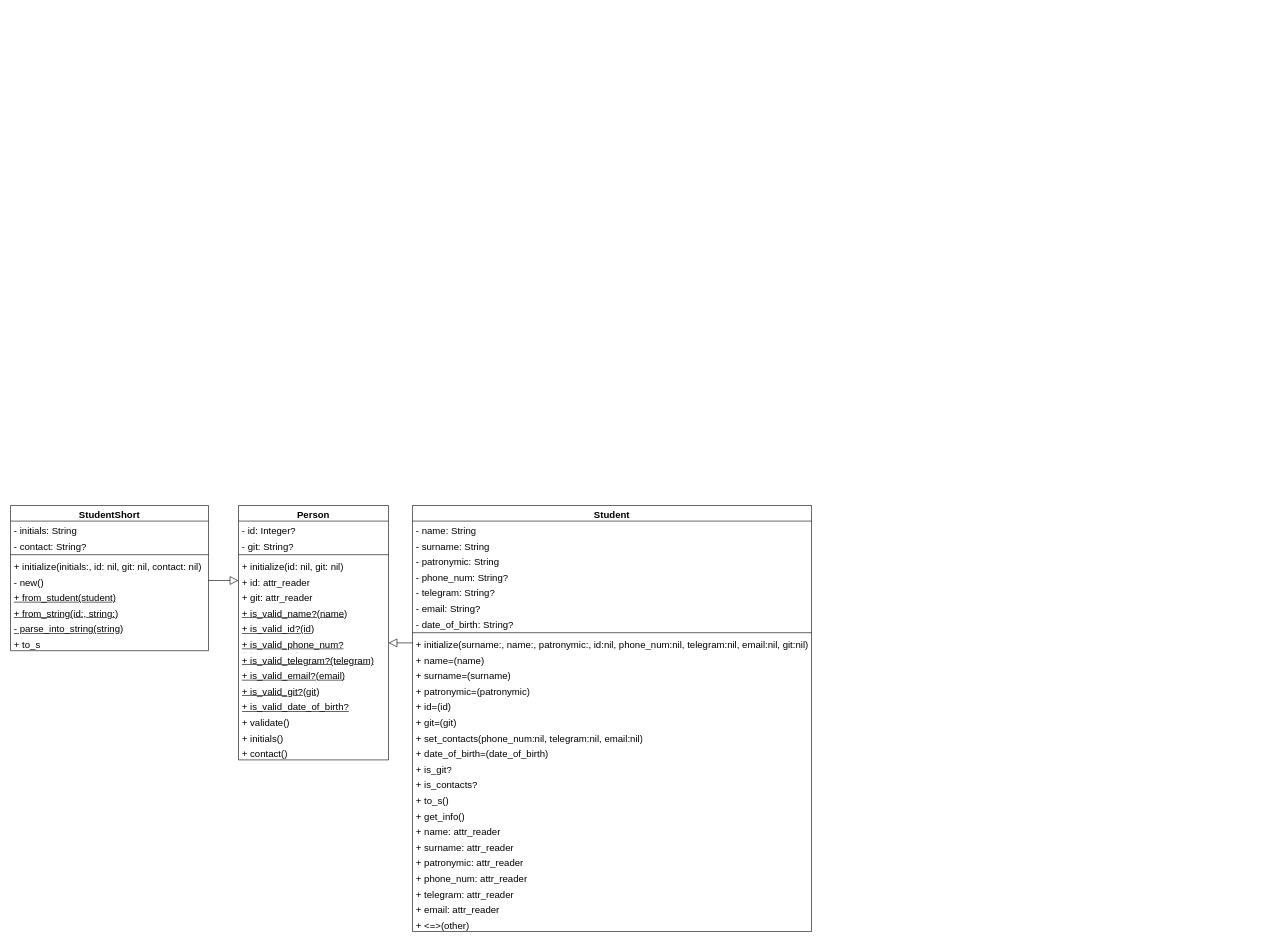
Before: Class Student/Диаграмма классов.drawio in eatdetey/designPatterns, a draw.io diagram. Source tidied: cells renumbered, new cells numbered last; positions are measured from the earlier drawing's top-left corner, leaving out a move shared by most shapes. Both pictures are drawn from the tidied source at 60%, with x=0, y=0 at pixel (10, 505).
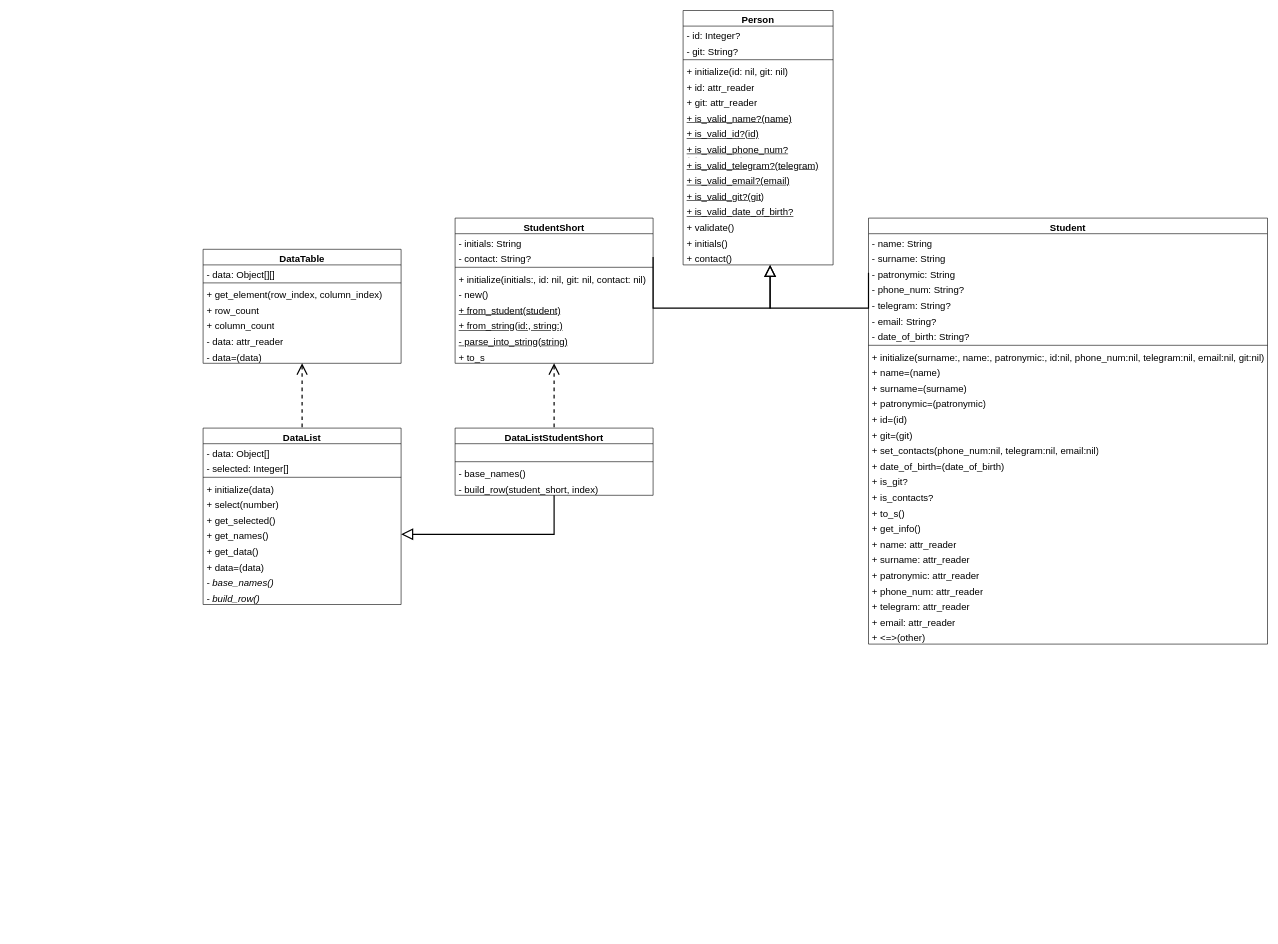
After the change.

Commit message:
L4 T1.10 Diagram drawio format added

Unchanged cells that the change refers to:
```xml
<mxCell id="7" value="+ id: attr_reader" style="text;strokeColor=none;fillColor=none;align=left;verticalAlign=top;spacingLeft=4;spacingRight=4;overflow=hidden;points=[[0,0.5],[1,0.5]];portConstraint=eastwest;whiteSpace=wrap;html=1;fontSize=16;" parent="2" vertex="1">
  <mxGeometry y="112" width="250" height="26" as="geometry" />
</mxCell>
<mxCell id="11" value="&lt;u&gt;+ is_valid_phone_num?(phone_num)&lt;/u&gt;" style="text;strokeColor=none;fillColor=none;align=left;verticalAlign=top;spacingLeft=4;spacingRight=4;overflow=hidden;points=[[0,0.5],[1,0.5]];portConstraint=eastwest;whiteSpace=wrap;html=1;fontSize=16;" parent="2" vertex="1">
  <mxGeometry y="216" width="250" height="26" as="geometry" />
</mxCell>
<mxCell id="21" value="- contact: String?" style="text;strokeColor=none;fillColor=none;align=left;verticalAlign=top;spacingLeft=4;spacingRight=4;overflow=hidden;points=[[0,0.5],[1,0.5]];portConstraint=eastwest;whiteSpace=wrap;html=1;fontSize=16;" parent="19" vertex="1">
  <mxGeometry y="52" width="330" height="26" as="geometry" />
</mxCell>
<mxCell id="24" value="- new()" style="text;strokeColor=none;fillColor=none;align=left;verticalAlign=top;spacingLeft=4;spacingRight=4;overflow=hidden;points=[[0,0.5],[1,0.5]];portConstraint=eastwest;whiteSpace=wrap;html=1;fontSize=16;" parent="19" vertex="1">
  <mxGeometry y="112" width="330" height="26" as="geometry" />
</mxCell>
<mxCell id="33" value="- patronymic: String" style="text;strokeColor=none;fillColor=none;align=left;verticalAlign=top;spacingLeft=4;spacingRight=4;overflow=hidden;points=[[0,0.5],[1,0.5]];portConstraint=eastwest;whiteSpace=wrap;html=1;fontSize=16;" parent="30" vertex="1">
  <mxGeometry y="78" width="665" height="26" as="geometry" />
</mxCell>
<mxCell id="39" value="+ initialize(surname:, name:, patronymic:, id:nil, phone_num:nil, telegram:nil, email:nil, git:nil)" style="text;strokeColor=none;fillColor=none;align=left;verticalAlign=top;spacingLeft=4;spacingRight=4;overflow=hidden;points=[[0,0.5],[1,0.5]];portConstraint=eastwest;whiteSpace=wrap;html=1;fontSize=16;" parent="30" vertex="1">
  <mxGeometry y="216" width="665" height="26" as="geometry" />
</mxCell>
```

What changed in the source:
```diff
@@
+    <mxCell id="59" style="edgeStyle=orthogonalEdgeStyle;rounded=0;jettySize=auto;html=1;entryX=1;entryY=0.5;entryDx=0;entryDy=0;endArrow=none;endFill=0;startArrow=block;startFill=0;strokeWidth=2;endSize=6;startSize=15;" parent="1" edge="1" source="2" target="21">
+      <mxGeometry relative="1" as="geometry">
+        <Array as="points">
+          <mxPoint x="1266" y="-329" />
+          <mxPoint x="1071" y="-329" />
+        </Array>
+      </mxGeometry>
+    </mxCell>
+    <mxCell id="60" style="edgeStyle=orthogonalEdgeStyle;rounded=0;jettySize=auto;html=1;entryX=0;entryY=0.5;entryDx=0;entryDy=0;startArrow=block;startFill=0;endArrow=none;endFill=0;strokeWidth=2;startSize=15;" parent="1" edge="1" source="2" target="33">
+      <mxGeometry relative="1" as="geometry">
+        <Array as="points">
+          <mxPoint x="1266" y="-329" />
+          <mxPoint x="1430" y="-329" />
+        </Array>
+      </mxGeometry>
+    </mxCell>
     <mxCell id="2" value="Person" style="swimlane;fontStyle=1;align=center;verticalAlign=top;horizontal=1;startSize=26;whiteSpace=wrap;html=1;fontSize=16;" parent="1" vertex="1">
-      <mxGeometry x="380" width="250" height="424" as="geometry" />
+      <mxGeometry x="1121" y="-825" width="250" height="424" as="geometry" />
     </mxCell>
@@
+    <mxCell id="61" style="edgeStyle=orthogonalEdgeStyle;rounded=0;jettySize=auto;html=1;entryX=0.5;entryY=0;entryDx=0;entryDy=0;startArrow=open;startFill=0;endArrow=none;endFill=0;startSize=15;dashed=1;strokeWidth=2;" parent="1" edge="1" source="19" target="63">
+      <mxGeometry relative="1" as="geometry" />
+    </mxCell>
     <mxCell id="19" value="StudentShort" style="swimlane;fontStyle=1;align=center;verticalAlign=top;horizontal=1;startSize=26;whiteSpace=wrap;html=1;fontSize=16;" parent="1" vertex="1">
-      <mxGeometry width="330" height="242" as="geometry" />
+      <mxGeometry x="741" y="-479" width="330" height="242" as="geometry" />
     </mxCell>
@@
-    <mxCell id="29" style="endArrow=block;html=1;rounded=0;exitX=1;exitY=0.5;exitDx=0;exitDy=0;entryX=0;entryY=0.5;entryDx=0;entryDy=0;endFill=0;endSize=12;" parent="1" edge="1" source="24" target="7">
-      <mxGeometry relative="1" as="geometry" />
-    </mxCell>
     <mxCell id="30" value="Student" style="swimlane;fontStyle=1;align=center;verticalAlign=top;horizontal=1;startSize=26;whiteSpace=wrap;html=1;fontSize=16;" parent="1" vertex="1">
-      <mxGeometry x="670" width="665" height="710" as="geometry" />
+      <mxGeometry x="1430" y="-479" width="665" height="710" as="geometry" />
     </mxCell>
@@
-    <mxCell id="58" style="endArrow=block;html=1;rounded=0;exitX=0;exitY=0.5;exitDx=0;exitDy=0;entryX=1;entryY=0.5;entryDx=0;entryDy=0;endFill=0;endSize=12;" parent="1" edge="1" source="39" target="11">
-      <mxGeometry relative="1" as="geometry" />
-    </mxCell>
+    <mxCell id="62" style="edgeStyle=orthogonalEdgeStyle;rounded=0;jettySize=auto;html=1;entryX=1;entryY=0.5;entryDx=0;entryDy=0;endArrow=block;endFill=0;endSize=15;strokeWidth=2;" parent="1" edge="1" source="63" target="75">
+      <mxGeometry relative="1" as="geometry" />
+    </mxCell>
+    <mxCell id="63" value="DataListStudentShort" style="swimlane;fontStyle=1;align=center;verticalAlign=top;horizontal=1;startSize=26;whiteSpace=wrap;html=1;fontSize=16;" parent="1" vertex="1">
+      <mxGeometry x="741" y="-129" width="330" height="112" as="geometry" />
+    </mxCell>
+    <mxCell id="64" value="&lt;div&gt;&lt;br&gt;&lt;/div&gt;&lt;div&gt;&lt;br&gt;&lt;/div&gt;" style="text;strokeColor=none;fillColor=none;align=left;verticalAlign=top;spacingLeft=4;spacingRight=4;overflow=hidden;whiteSpace=wrap;html=1;fontSize=16;" parent="63" vertex="1">
+      <mxGeometry y="26" width="330" height="26" as="geometry" />
+    </mxCell>
+    <mxCell id="65" style="line;strokeWidth=1;fillColor=none;align=left;verticalAlign=middle;spacingTop=-1;spacingLeft=3;spacingRight=3;labelPosition=right;strokeColor=inherit;" parent="63" vertex="1">
+      <mxGeometry y="52" width="330" height="8" as="geometry" />
+    </mxCell>
+    <mxCell id="66" value="- base_names()" style="text;strokeColor=none;fillColor=none;align=left;verticalAlign=top;spacingLeft=4;spacingRight=4;overflow=hidden;whiteSpace=wrap;html=1;fontSize=16;" parent="63" vertex="1">
+      <mxGeometry y="60" width="330" height="26" as="geometry" />
+    </mxCell>
+    <mxCell id="67" value="- build_row(student_short, index)" style="text;strokeColor=none;fillColor=none;align=left;verticalAlign=top;spacingLeft=4;spacingRight=4;overflow=hidden;whiteSpace=wrap;html=1;fontSize=16;" parent="63" vertex="1">
+      <mxGeometry y="86" width="330" height="26" as="geometry" />
+    </mxCell>
+    <mxCell id="68" value="DataList" style="swimlane;fontStyle=1;align=center;verticalAlign=top;horizontal=1;startSize=26;whiteSpace=wrap;html=1;fontSize=16;" parent="1" vertex="1">
+      <mxGeometry x="321" y="-129" width="330" height="294" as="geometry" />
+    </mxCell>
+    <mxCell id="69" value="- data: Object[]" style="text;strokeColor=none;fillColor=none;align=left;verticalAlign=top;spacingLeft=4;spacingRight=4;overflow=hidden;whiteSpace=wrap;html=1;fontSize=16;" parent="68" vertex="1">
+      <mxGeometry y="26" width="330" height="26" as="geometry" />
+    </mxCell>
+    <mxCell id="70" value="- selected: Integer[]" style="text;strokeColor=none;fillColor=none;align=left;verticalAlign=top;spacingLeft=4;spacingRight=4;overflow=hidden;whiteSpace=wrap;html=1;fontSize=16;" parent="68" vertex="1">
+      <mxGeometry y="52" width="330" height="26" as="geometry" />
+    </mxCell>
+    <mxCell id="71" style="line;strokeWidth=1;fillColor=none;align=left;verticalAlign=middle;spacingTop=-1;spacingLeft=3;spacingRight=3;labelPosition=right;strokeColor=inherit;" parent="68" vertex="1">
+      <mxGeometry y="78" width="330" height="8" as="geometry" />
+    </mxCell>
+    <mxCell id="72" value="+ initialize(data)" style="text;strokeColor=none;fillColor=none;align=left;verticalAlign=top;spacingLeft=4;spacingRight=4;overflow=hidden;whiteSpace=wrap;html=1;fontSize=16;" parent="68" vertex="1">
+      <mxGeometry y="86" width="330" height="26" as="geometry" />
+    </mxCell>
+    <mxCell id="73" value="+ select(number)" style="text;strokeColor=none;fillColor=none;align=left;verticalAlign=top;spacingLeft=4;spacingRight=4;overflow=hidden;whiteSpace=wrap;html=1;fontSize=16;" parent="68" vertex="1">
+      <mxGeometry y="112" width="330" height="26" as="geometry" />
+    </mxCell>
+    <mxCell id="74" value="+ get_selected()" style="text;strokeColor=none;fillColor=none;align=left;verticalAlign=top;spacingLeft=4;spacingRight=4;overflow=hidden;whiteSpace=wrap;html=1;fontSize=16;" parent="68" vertex="1">
+      <mxGeometry y="138" width="330" height="26" as="geometry" />
+    </mxCell>
+    <mxCell id="75" value="+ get_names()" style="text;strokeColor=none;fillColor=none;align=left;verticalAlign=top;spacingLeft=4;spacingRight=4;overflow=hidden;points=[[0,0.5],[1,0.5]];portConstraint=eastwest;whiteSpace=wrap;html=1;fontSize=16;" parent="68" vertex="1">
+      <mxGeometry y="164" width="330" height="26" as="geometry" />
+    </mxCell>
+    <mxCell id="76" value="+ get_data()" style="text;strokeColor=none;fillColor=none;align=left;verticalAlign=top;spacingLeft=4;spacingRight=4;overflow=hidden;whiteSpace=wrap;html=1;fontSize=16;" parent="68" vertex="1">
+      <mxGeometry y="190" width="330" height="26" as="geometry" />
+    </mxCell>
+    <mxCell id="77" value="+ data=(data)" style="text;strokeColor=none;fillColor=none;align=left;verticalAlign=top;spacingLeft=4;spacingRight=4;overflow=hidden;whiteSpace=wrap;html=1;fontSize=16;" parent="68" vertex="1">
+      <mxGeometry y="216" width="330" height="26" as="geometry" />
+    </mxCell>
+    <mxCell id="78" value="&lt;i&gt;- base_names()&lt;/i&gt;" style="text;strokeColor=none;fillColor=none;align=left;verticalAlign=top;spacingLeft=4;spacingRight=4;overflow=hidden;whiteSpace=wrap;html=1;fontSize=16;" parent="68" vertex="1">
+      <mxGeometry y="242" width="330" height="26" as="geometry" />
+    </mxCell>
+    <mxCell id="79" value="&lt;i&gt;- build_row()&lt;/i&gt;" style="text;strokeColor=none;fillColor=none;align=left;verticalAlign=top;spacingLeft=4;spacingRight=4;overflow=hidden;whiteSpace=wrap;html=1;fontSize=16;" parent="68" vertex="1">
+      <mxGeometry y="268" width="330" height="26" as="geometry" />
+    </mxCell>
+    <mxCell id="80" style="edgeStyle=orthogonalEdgeStyle;rounded=0;jettySize=auto;html=1;entryX=0.5;entryY=0;entryDx=0;entryDy=0;dashed=1;strokeWidth=2;endArrow=none;endFill=0;startArrow=open;startFill=0;endSize=6;startSize=15;" parent="1" edge="1" source="81" target="68">
+      <mxGeometry relative="1" as="geometry" />
+    </mxCell>
+    <mxCell id="81" value="DataTable" style="swimlane;fontStyle=1;align=center;verticalAlign=top;horizontal=1;startSize=26;whiteSpace=wrap;html=1;fontSize=16;" parent="1" vertex="1">
+      <mxGeometry x="321" y="-427" width="330" height="190" as="geometry" />
+    </mxCell>
+    <mxCell id="82" value="&lt;div&gt;- data: Object[][]&lt;/div&gt;" style="text;strokeColor=none;fillColor=none;align=left;verticalAlign=top;spacingLeft=4;spacingRight=4;overflow=hidden;whiteSpace=wrap;html=1;fontSize=16;" parent="81" vertex="1">
+      <mxGeometry y="26" width="330" height="26" as="geometry" />
+    </mxCell>
+    <mxCell id="83" style="line;strokeWidth=1;fillColor=none;align=left;verticalAlign=middle;spacingTop=-1;spacingLeft=3;spacingRight=3;labelPosition=right;strokeColor=inherit;" parent="81" vertex="1">
+      <mxGeometry y="52" width="330" height="8" as="geometry" />
+    </mxCell>
+    <mxCell id="84" value="+ get_element(row_index, column_index)" style="text;strokeColor=none;fillColor=none;align=left;verticalAlign=top;spacingLeft=4;spacingRight=4;overflow=hidden;whiteSpace=wrap;html=1;fontSize=16;" parent="81" vertex="1">
+      <mxGeometry y="60" width="330" height="26" as="geometry" />
+    </mxCell>
+    <mxCell id="85" value="+ row_count" style="text;strokeColor=none;fillColor=none;align=left;verticalAlign=top;spacingLeft=4;spacingRight=4;overflow=hidden;whiteSpace=wrap;html=1;fontSize=16;" parent="81" vertex="1">
+      <mxGeometry y="86" width="330" height="26" as="geometry" />
+    </mxCell>
+    <mxCell id="86" value="+ column_count" style="text;strokeColor=none;fillColor=none;align=left;verticalAlign=top;spacingLeft=4;spacingRight=4;overflow=hidden;whiteSpace=wrap;html=1;fontSize=16;" parent="81" vertex="1">
+      <mxGeometry y="112" width="330" height="26" as="geometry" />
+    </mxCell>
+    <mxCell id="87" value="- data: attr_reader" style="text;strokeColor=none;fillColor=none;align=left;verticalAlign=top;spacingLeft=4;spacingRight=4;overflow=hidden;whiteSpace=wrap;html=1;fontSize=16;" parent="81" vertex="1">
+      <mxGeometry y="138" width="330" height="26" as="geometry" />
+    </mxCell>
+    <mxCell id="88" value="- data=(data)" style="text;strokeColor=none;fillColor=none;align=left;verticalAlign=top;spacingLeft=4;spacingRight=4;overflow=hidden;whiteSpace=wrap;html=1;fontSize=16;" parent="81" vertex="1">
+      <mxGeometry y="164" width="330" height="26" as="geometry" />
+    </mxCell>
```
